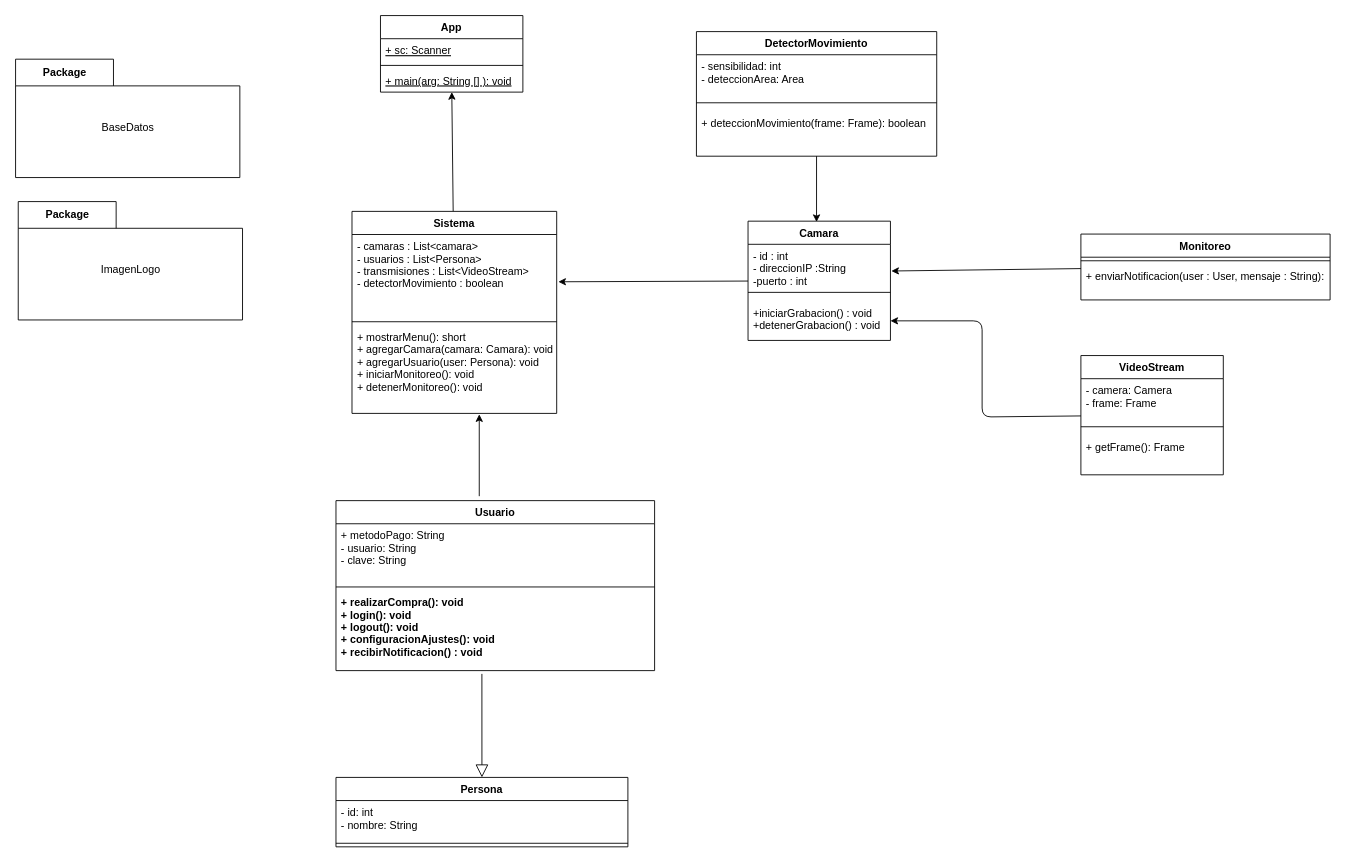
Earlier version of the draw.io diagram design/DC.DIO (Chrissisx/prjSistemaSeguridadDomestica). Source tidied: cells renumbered, new cells numbered last; positions are measured from the earlier drawing's top-left corner, leaving out a move shared by most shapes. Both pictures are drawn from the tidied source at 89%, with x=0, y=0 at pixel (15, 15).
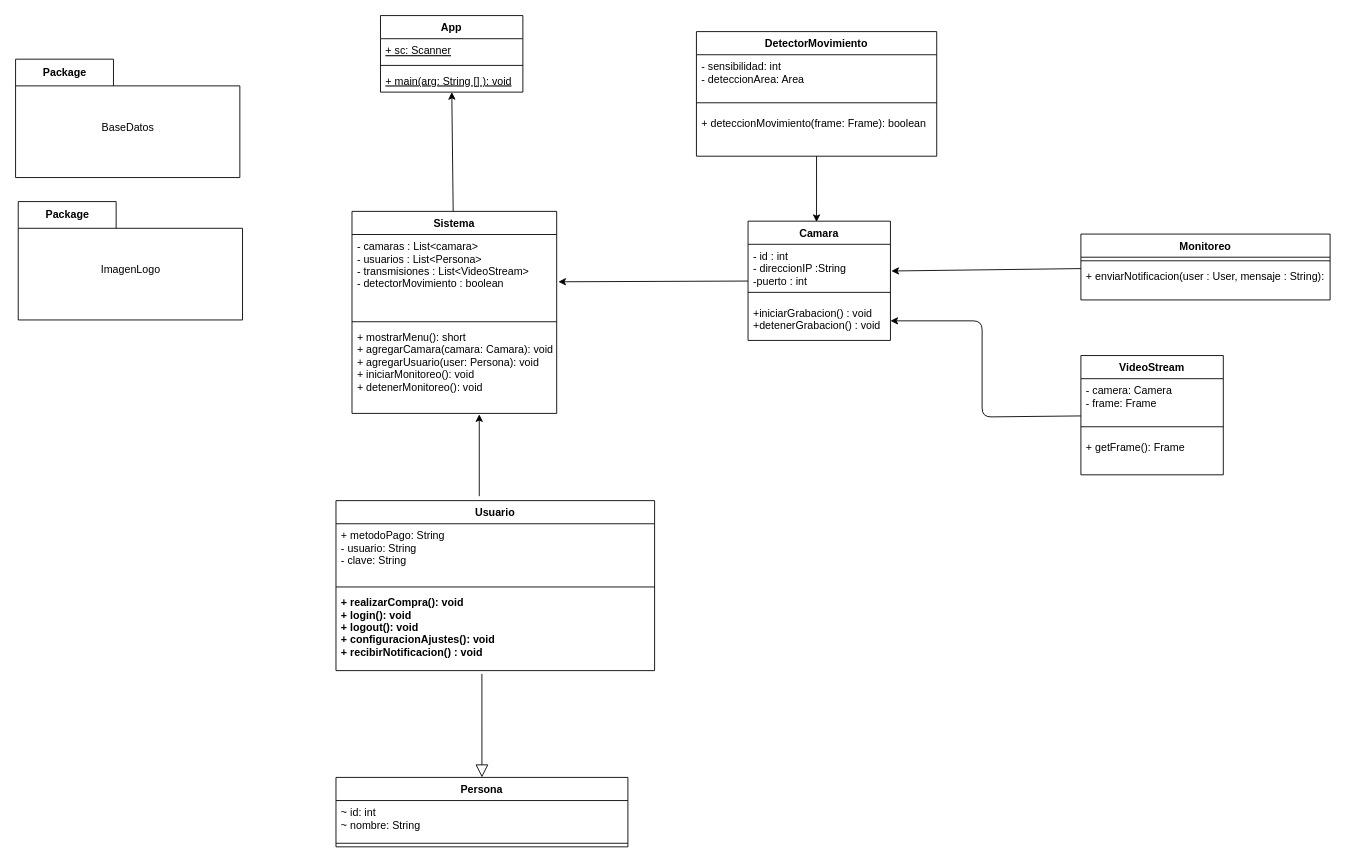
The same page after the edit.

The change refers to these unchanged cells:
```xml
<mxCell id="35" value="Persona" style="swimlane;fontStyle=1;align=center;verticalAlign=top;horizontal=1;startSize=26;" parent="1" vertex="1">
  <mxGeometry x="360" y="856" width="328" height="78" as="geometry" />
</mxCell>
```

What changed in the source:
```diff
@@
-    <mxCell id="36" value="- id: int &#10;- nombre: String " style="text;strokeColor=none;fillColor=none;align=left;verticalAlign=top;spacingLeft=4;spacingRight=4;overflow=hidden;" parent="35" vertex="1">
+    <mxCell id="36" value="~ id: int &#10;~ nombre: String " style="text;strokeColor=none;fillColor=none;align=left;verticalAlign=top;spacingLeft=4;spacingRight=4;overflow=hidden;" parent="35" vertex="1">
       <mxGeometry y="26" width="328" height="44" as="geometry" />
     </mxCell>
```
